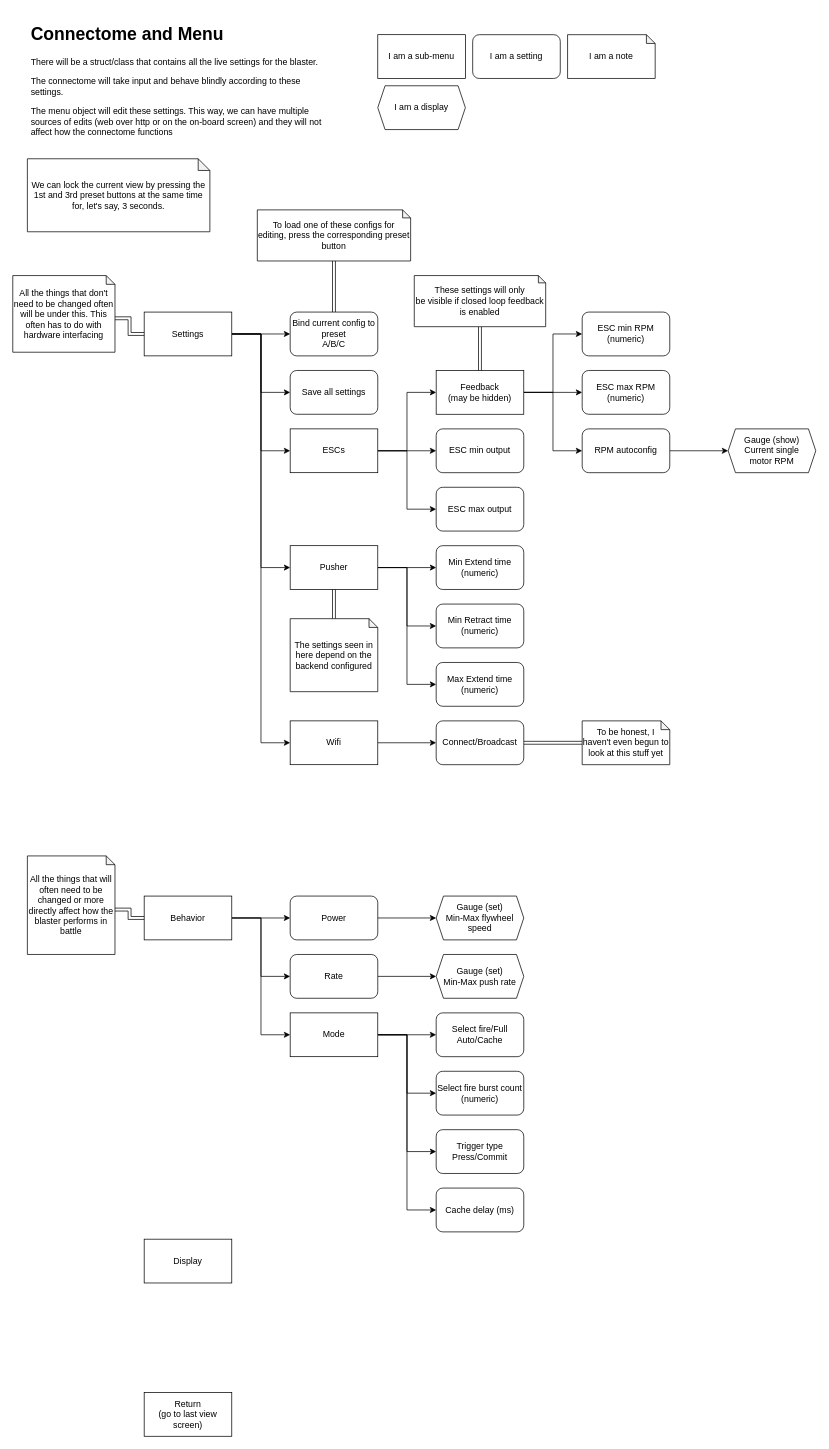
This is page "MenuLayout" (6 of 6) of Firmware/DetlaffDev/DettyFW/G4_Flowcode.drawio from DrGlaucous/G4, a draw.io file, before an edit. Source tidied: cells renumbered, new cells numbered last; positions are measured from the earlier drawing's top-left corner, leaving out a move shared by most shapes. Both pictures are drawn from the tidied source at 73%, with x=0, y=0 at pixel (12, 20).
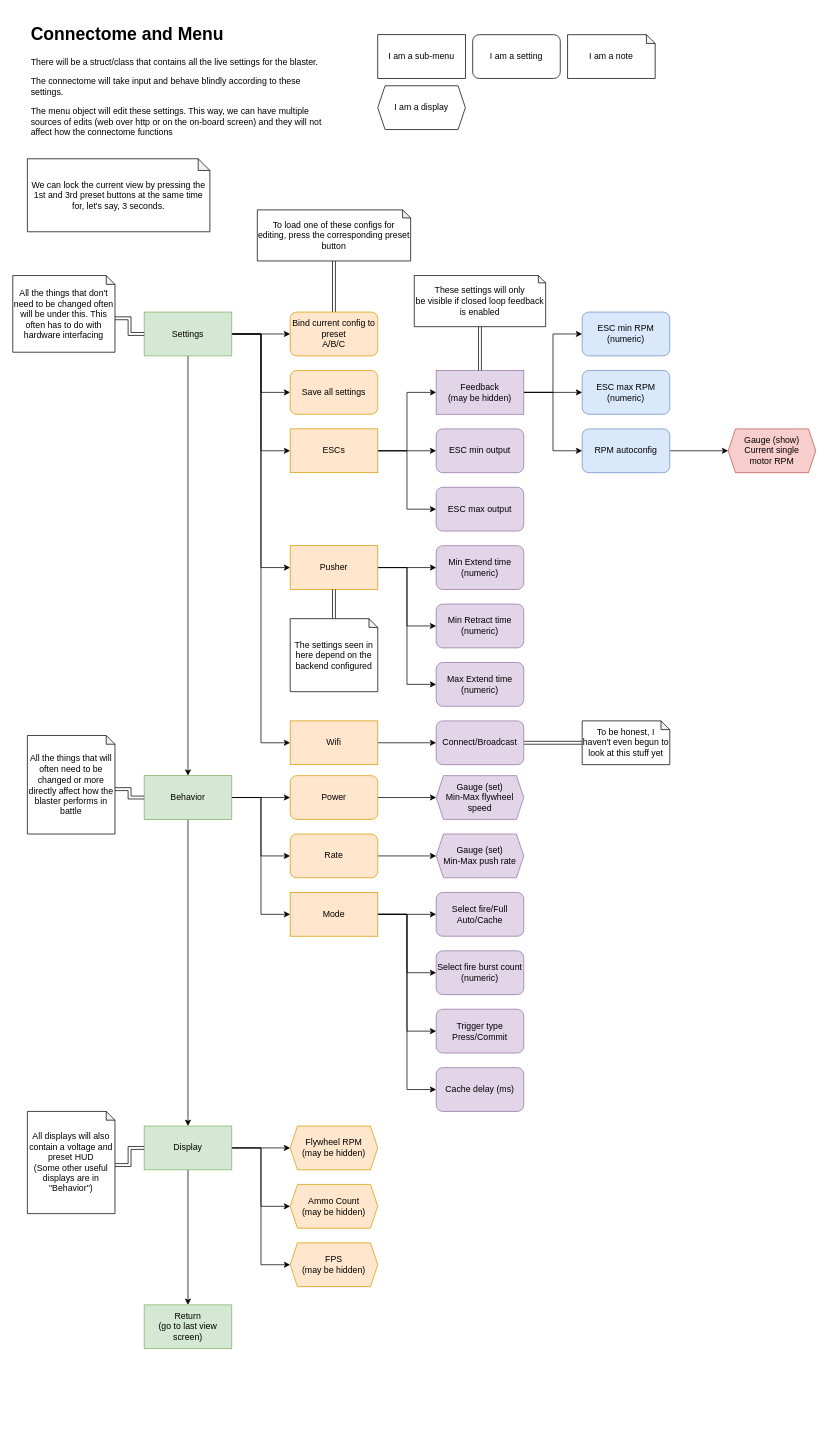
Above is the later version.

Commit message (it also covers changes not shown here):
more display functionality

What changed in the source:
```diff
@@
+    <mxCell id="75" style="edgeStyle=orthogonalEdgeStyle;rounded=0;jettySize=auto;html=1;exitX=0.5;exitY=1;exitDx=0;exitDy=0;entryX=0.5;entryY=0;entryDx=0;entryDy=0;" parent="1" edge="1" source="8" target="23">
+      <mxGeometry relative="1" as="geometry" />
+    </mxCell>
-    <mxCell id="8" value="Settings" style="rounded=0;whiteSpace=wrap;html=1;" parent="1" vertex="1">
+    <mxCell id="8" value="Settings" style="rounded=0;whiteSpace=wrap;html=1;fillColor=#d5e8d4;strokeColor=#82b366;" parent="1" vertex="1">
       <mxGeometry x="180" y="400" width="120" height="60" as="geometry" />
     </mxCell>
-    <mxCell id="9" value="Return&lt;br&gt;(go to last view screen)" style="rounded=0;whiteSpace=wrap;html=1;" parent="1" vertex="1">
-      <mxGeometry x="180" y="1880" width="120" height="60" as="geometry" />
+    <mxCell id="9" value="Return&lt;br&gt;(go to last view screen)" style="rounded=0;whiteSpace=wrap;html=1;fillColor=#d5e8d4;strokeColor=#82b366;" parent="1" vertex="1">
+      <mxGeometry x="180" y="1760" width="120" height="60" as="geometry" />
     </mxCell>
@@
-    <mxCell id="14" value="Mode" style="rounded=0;whiteSpace=wrap;html=1;" parent="1" vertex="1">
-      <mxGeometry x="380" y="1360" width="120" height="60" as="geometry" />
+    <mxCell id="14" value="Mode" style="rounded=0;whiteSpace=wrap;html=1;fillColor=#ffe6cc;strokeColor=#d79b00;" parent="1" vertex="1">
+      <mxGeometry x="380" y="1195" width="120" height="60" as="geometry" />
     </mxCell>
-    <mxCell id="15" value="Gauge (set)&lt;br&gt;Min-Max flywheel speed" style="shape=hexagon;perimeter=hexagonPerimeter2;whiteSpace=wrap;html=1;fixedSize=1;size=10;" parent="1" vertex="1">
-      <mxGeometry x="580" y="1200" width="120" height="60" as="geometry" />
+    <mxCell id="15" value="Gauge (set)&lt;br&gt;Min-Max flywheel speed" style="shape=hexagon;perimeter=hexagonPerimeter2;whiteSpace=wrap;html=1;fixedSize=1;size=10;fillColor=#e1d5e7;strokeColor=#9673a6;" parent="1" vertex="1">
+      <mxGeometry x="580" y="1035" width="120" height="60" as="geometry" />
     </mxCell>
-    <mxCell id="16" value="Gauge (set)&lt;br&gt;Min-Max push rate" style="shape=hexagon;perimeter=hexagonPerimeter2;whiteSpace=wrap;html=1;fixedSize=1;size=10;" parent="1" vertex="1">
-      <mxGeometry x="580" y="1280" width="120" height="60" as="geometry" />
+    <mxCell id="16" value="Gauge (set)&lt;br&gt;Min-Max push rate" style="shape=hexagon;perimeter=hexagonPerimeter2;whiteSpace=wrap;html=1;fixedSize=1;size=10;fillColor=#e1d5e7;strokeColor=#9673a6;" parent="1" vertex="1">
+      <mxGeometry x="580" y="1115" width="120" height="60" as="geometry" />
     </mxCell>
@@
+    <mxCell id="76" style="edgeStyle=orthogonalEdgeStyle;rounded=0;jettySize=auto;html=1;exitX=0.5;exitY=1;exitDx=0;exitDy=0;entryX=0.5;entryY=0;entryDx=0;entryDy=0;" parent="1" edge="1" source="23" target="53">
+      <mxGeometry relative="1" as="geometry" />
+    </mxCell>
-    <mxCell id="23" value="Behavior" style="rounded=0;whiteSpace=wrap;html=1;" parent="1" vertex="1">
-      <mxGeometry x="180" y="1200" width="120" height="60" as="geometry" />
+    <mxCell id="23" value="Behavior" style="rounded=0;whiteSpace=wrap;html=1;fillColor=#d5e8d4;strokeColor=#82b366;" parent="1" vertex="1">
+      <mxGeometry x="180" y="1035" width="120" height="60" as="geometry" />
     </mxCell>
@@
-    <mxCell id="25" value="Power" style="rounded=1;whiteSpace=wrap;html=1;" parent="1" vertex="1">
-      <mxGeometry x="380" y="1200" width="120" height="60" as="geometry" />
+    <mxCell id="25" value="Power" style="rounded=1;whiteSpace=wrap;html=1;fillColor=#ffe6cc;strokeColor=#d79b00;" parent="1" vertex="1">
+      <mxGeometry x="380" y="1035" width="120" height="60" as="geometry" />
     </mxCell>
@@
-    <mxCell id="27" value="Rate" style="rounded=1;whiteSpace=wrap;html=1;" parent="1" vertex="1">
-      <mxGeometry x="380" y="1280" width="120" height="60" as="geometry" />
+    <mxCell id="27" value="Rate" style="rounded=1;whiteSpace=wrap;html=1;fillColor=#ffe6cc;strokeColor=#d79b00;" parent="1" vertex="1">
+      <mxGeometry x="380" y="1115" width="120" height="60" as="geometry" />
     </mxCell>
-    <mxCell id="28" value="Select fire/Full Auto/Cache" style="rounded=1;whiteSpace=wrap;html=1;" parent="1" vertex="1">
-      <mxGeometry x="580" y="1360" width="120" height="60" as="geometry" />
+    <mxCell id="28" value="Select fire/Full Auto/Cache" style="rounded=1;whiteSpace=wrap;html=1;fillColor=#e1d5e7;strokeColor=#9673a6;" parent="1" vertex="1">
+      <mxGeometry x="580" y="1195" width="120" height="60" as="geometry" />
     </mxCell>
-    <mxCell id="29" value="Select fire burst count&lt;br&gt;(numeric)" style="rounded=1;whiteSpace=wrap;html=1;" parent="1" vertex="1">
-      <mxGeometry x="580" y="1440" width="120" height="60" as="geometry" />
+    <mxCell id="29" value="Select fire burst count&lt;br&gt;(numeric)" style="rounded=1;whiteSpace=wrap;html=1;fillColor=#e1d5e7;strokeColor=#9673a6;" parent="1" vertex="1">
+      <mxGeometry x="580" y="1275" width="120" height="60" as="geometry" />
     </mxCell>
@@
-    <mxCell id="31" value="Bind current config to preset&lt;br&gt;A/B/C" style="rounded=1;whiteSpace=wrap;html=1;" parent="1" vertex="1">
+    <mxCell id="31" value="Bind current config to preset&lt;br&gt;A/B/C" style="rounded=1;whiteSpace=wrap;html=1;fillColor=#ffe6cc;strokeColor=#d79b00;" parent="1" vertex="1">
       <mxGeometry x="380" y="400" width="120" height="60" as="geometry" />
     </mxCell>
-    <mxCell id="32" value="Save all settings" style="rounded=1;whiteSpace=wrap;html=1;" parent="1" vertex="1">
+    <mxCell id="32" value="Save all settings" style="rounded=1;whiteSpace=wrap;html=1;fillColor=#ffe6cc;strokeColor=#d79b00;" parent="1" vertex="1">
       <mxGeometry x="380" y="480" width="120" height="60" as="geometry" />
     </mxCell>
@@
-    <mxCell id="41" value="ESCs" style="rounded=0;whiteSpace=wrap;html=1;" parent="1" vertex="1">
+    <mxCell id="41" value="ESCs" style="rounded=0;whiteSpace=wrap;html=1;fillColor=#ffe6cc;strokeColor=#d79b00;" parent="1" vertex="1">
       <mxGeometry x="380" y="560" width="120" height="60" as="geometry" />
     </mxCell>
-    <mxCell id="42" value="ESC min RPM&lt;br&gt;(numeric)" style="rounded=1;whiteSpace=wrap;html=1;" parent="1" vertex="1">
+    <mxCell id="42" value="ESC min RPM&lt;br&gt;(numeric)" style="rounded=1;whiteSpace=wrap;html=1;fillColor=#dae8fc;strokeColor=#6c8ebf;" parent="1" vertex="1">
       <mxGeometry x="780" y="400" width="120" height="60" as="geometry" />
     </mxCell>
-    <mxCell id="43" value="ESC max RPM&lt;br&gt;(numeric)" style="rounded=1;whiteSpace=wrap;html=1;" parent="1" vertex="1">
+    <mxCell id="43" value="ESC max RPM&lt;br&gt;(numeric)" style="rounded=1;whiteSpace=wrap;html=1;fillColor=#dae8fc;strokeColor=#6c8ebf;" parent="1" vertex="1">
       <mxGeometry x="780" y="480" width="120" height="60" as="geometry" />
     </mxCell>
-    <mxCell id="44" value="Gauge (show)&lt;br&gt;Current single&lt;br&gt;motor RPM" style="shape=hexagon;perimeter=hexagonPerimeter2;whiteSpace=wrap;html=1;fixedSize=1;size=10;" parent="1" vertex="1">
+    <mxCell id="44" value="Gauge (show)&lt;br&gt;Current single&lt;br&gt;motor RPM" style="shape=hexagon;perimeter=hexagonPerimeter2;whiteSpace=wrap;html=1;fixedSize=1;size=10;fillColor=#f8cecc;strokeColor=#b85450;" parent="1" vertex="1">
       <mxGeometry x="980" y="560" width="120" height="60" as="geometry" />
     </mxCell>
@@
-    <mxCell id="46" value="RPM autoconfig" style="rounded=1;whiteSpace=wrap;html=1;" parent="1" vertex="1">
+    <mxCell id="46" value="RPM autoconfig" style="rounded=1;whiteSpace=wrap;html=1;fillColor=#dae8fc;strokeColor=#6c8ebf;" parent="1" vertex="1">
       <mxGeometry x="780" y="560" width="120" height="60" as="geometry" />
     </mxCell>
-    <mxCell id="47" value="Feedback&lt;br&gt;(may be hidden)" style="rounded=0;whiteSpace=wrap;html=1;" parent="1" vertex="1">
+    <mxCell id="47" value="Feedback&lt;br&gt;(may be hidden)" style="rounded=0;whiteSpace=wrap;html=1;fillColor=#e1d5e7;strokeColor=#9673a6;" parent="1" vertex="1">
       <mxGeometry x="580" y="480" width="120" height="60" as="geometry" />
     </mxCell>
-    <mxCell id="48" value="ESC min output" style="rounded=1;whiteSpace=wrap;html=1;" parent="1" vertex="1">
+    <mxCell id="48" value="ESC min output" style="rounded=1;whiteSpace=wrap;html=1;fillColor=#e1d5e7;strokeColor=#9673a6;" parent="1" vertex="1">
       <mxGeometry x="580" y="560" width="120" height="60" as="geometry" />
     </mxCell>
-    <mxCell id="49" value="ESC max output" style="rounded=1;whiteSpace=wrap;html=1;" parent="1" vertex="1">
+    <mxCell id="49" value="ESC max output" style="rounded=1;whiteSpace=wrap;html=1;fillColor=#e1d5e7;strokeColor=#9673a6;" parent="1" vertex="1">
       <mxGeometry x="580" y="640" width="120" height="60" as="geometry" />
     </mxCell>
@@
+    <mxCell id="77" style="edgeStyle=orthogonalEdgeStyle;rounded=0;jettySize=auto;html=1;exitX=1;exitY=0.5;exitDx=0;exitDy=0;entryX=0;entryY=0.5;entryDx=0;entryDy=0;" parent="1" edge="1" source="53" target="81">
+      <mxGeometry relative="1" as="geometry" />
+    </mxCell>
+    <mxCell id="78" style="edgeStyle=orthogonalEdgeStyle;rounded=0;jettySize=auto;html=1;exitX=1;exitY=0.5;exitDx=0;exitDy=0;entryX=0;entryY=0.5;entryDx=0;entryDy=0;" parent="1" edge="1" source="53" target="82">
+      <mxGeometry relative="1" as="geometry" />
+    </mxCell>
+    <mxCell id="79" style="edgeStyle=orthogonalEdgeStyle;rounded=0;jettySize=auto;html=1;exitX=1;exitY=0.5;exitDx=0;exitDy=0;entryX=0;entryY=0.5;entryDx=0;entryDy=0;" parent="1" edge="1" source="53" target="83">
+      <mxGeometry relative="1" as="geometry" />
+    </mxCell>
+    <mxCell id="80" style="edgeStyle=orthogonalEdgeStyle;rounded=0;jettySize=auto;html=1;exitX=0.5;exitY=1;exitDx=0;exitDy=0;entryX=0.5;entryY=0;entryDx=0;entryDy=0;" parent="1" edge="1" source="53" target="9">
+      <mxGeometry relative="1" as="geometry" />
+    </mxCell>
-    <mxCell id="53" value="Display" style="rounded=0;whiteSpace=wrap;html=1;" parent="1" vertex="1">
-      <mxGeometry x="180" y="1670" width="120" height="60" as="geometry" />
+    <mxCell id="53" value="Display" style="rounded=0;whiteSpace=wrap;html=1;fillColor=#d5e8d4;strokeColor=#82b366;" parent="1" vertex="1">
+      <mxGeometry x="180" y="1515" width="120" height="60" as="geometry" />
     </mxCell>
@@
-    <mxCell id="57" value="Pusher" style="rounded=0;whiteSpace=wrap;html=1;" parent="1" vertex="1">
+    <mxCell id="57" value="Pusher" style="rounded=0;whiteSpace=wrap;html=1;fillColor=#ffe6cc;strokeColor=#d79b00;" parent="1" vertex="1">
       <mxGeometry x="380" y="720" width="120" height="60" as="geometry" />
     </mxCell>
-    <mxCell id="58" value="Min Extend time&lt;br&gt;(numeric)" style="rounded=1;whiteSpace=wrap;html=1;" parent="1" vertex="1">
+    <mxCell id="58" value="Min Extend time&lt;br&gt;(numeric)" style="rounded=1;whiteSpace=wrap;html=1;fillColor=#e1d5e7;strokeColor=#9673a6;" parent="1" vertex="1">
       <mxGeometry x="580" y="720" width="120" height="60" as="geometry" />
     </mxCell>
-    <mxCell id="59" value="Min Retract time&lt;br&gt;(numeric)" style="rounded=1;whiteSpace=wrap;html=1;" parent="1" vertex="1">
+    <mxCell id="59" value="Min Retract time&lt;br&gt;(numeric)" style="rounded=1;whiteSpace=wrap;html=1;fillColor=#e1d5e7;strokeColor=#9673a6;" parent="1" vertex="1">
       <mxGeometry x="580" y="800" width="120" height="60" as="geometry" />
     </mxCell>
-    <mxCell id="60" value="Max Extend time&lt;br&gt;(numeric)" style="rounded=1;whiteSpace=wrap;html=1;" parent="1" vertex="1">
+    <mxCell id="60" value="Max Extend time&lt;br&gt;(numeric)" style="rounded=1;whiteSpace=wrap;html=1;fillColor=#e1d5e7;strokeColor=#9673a6;" parent="1" vertex="1">
       <mxGeometry x="580" y="880" width="120" height="60" as="geometry" />
     </mxCell>
@@
-    <mxCell id="64" value="Wifi" style="rounded=0;whiteSpace=wrap;html=1;" parent="1" vertex="1">
+    <mxCell id="64" value="Wifi" style="rounded=0;whiteSpace=wrap;html=1;fillColor=#ffe6cc;strokeColor=#d79b00;" parent="1" vertex="1">
       <mxGeometry x="380" y="960" width="120" height="60" as="geometry" />
     </mxCell>
@@
-    <mxCell id="66" value="Connect/Broadcast" style="rounded=1;whiteSpace=wrap;html=1;" parent="1" vertex="1">
+    <mxCell id="66" value="Connect/Broadcast" style="rounded=1;whiteSpace=wrap;html=1;fillColor=#e1d5e7;strokeColor=#9673a6;" parent="1" vertex="1">
       <mxGeometry x="580" y="960" width="120" height="60" as="geometry" />
     </mxCell>
@@
-    <mxCell id="71" value="Trigger type&lt;br&gt;Press/Commit" style="rounded=1;whiteSpace=wrap;html=1;" parent="1" vertex="1">
-      <mxGeometry x="580" y="1520" width="120" height="60" as="geometry" />
+    <mxCell id="71" value="Trigger type&lt;br&gt;Press/Commit" style="rounded=1;whiteSpace=wrap;html=1;fillColor=#e1d5e7;strokeColor=#9673a6;" parent="1" vertex="1">
+      <mxGeometry x="580" y="1355" width="120" height="60" as="geometry" />
     </mxCell>
-    <mxCell id="72" value="Cache delay (ms)" style="rounded=1;whiteSpace=wrap;html=1;" parent="1" vertex="1">
-      <mxGeometry x="580" y="1600" width="120" height="60" as="geometry" />
+    <mxCell id="72" value="Cache delay (ms)" style="rounded=1;whiteSpace=wrap;html=1;fillColor=#e1d5e7;strokeColor=#9673a6;" parent="1" vertex="1">
+      <mxGeometry x="580" y="1435" width="120" height="60" as="geometry" />
     </mxCell>
@@
     <mxCell id="74" value="All the things that will often need to be changed or more directly affect how the blaster performs in battle" style="shape=note;whiteSpace=wrap;html=1;backgroundOutline=1;darkOpacity=0.05;size=12;" parent="1" vertex="1">
-      <mxGeometry x="20" y="1145" width="120" height="135" as="geometry" />
+      <mxGeometry x="20" y="980" width="120" height="135" as="geometry" />
     </mxCell>
+    <mxCell id="81" value="Flywheel RPM&lt;br&gt;(may be hidden)" style="shape=hexagon;perimeter=hexagonPerimeter2;whiteSpace=wrap;html=1;fixedSize=1;size=10;fillColor=#ffe6cc;strokeColor=#d79b00;" parent="1" vertex="1">
+      <mxGeometry x="380" y="1515" width="120" height="60" as="geometry" />
+    </mxCell>
+    <mxCell id="82" value="Ammo Count&lt;br&gt;(may be hidden)" style="shape=hexagon;perimeter=hexagonPerimeter2;whiteSpace=wrap;html=1;fixedSize=1;size=10;fillColor=#ffe6cc;strokeColor=#d79b00;" parent="1" vertex="1">
+      <mxGeometry x="380" y="1595" width="120" height="60" as="geometry" />
+    </mxCell>
+    <mxCell id="83" value="FPS&lt;br&gt;(may be hidden)" style="shape=hexagon;perimeter=hexagonPerimeter2;whiteSpace=wrap;html=1;fixedSize=1;size=10;fillColor=#ffe6cc;strokeColor=#d79b00;" parent="1" vertex="1">
+      <mxGeometry x="380" y="1675" width="120" height="60" as="geometry" />
+    </mxCell>
+    <mxCell id="84" style="edgeStyle=orthogonalEdgeStyle;rounded=0;jettySize=auto;html=1;exitX=0;exitY=0;exitDx=120;exitDy=73.5;exitPerimeter=0;entryX=0;entryY=0.5;entryDx=0;entryDy=0;shape=link;" parent="1" edge="1" source="85" target="53">
+      <mxGeometry relative="1" as="geometry">
+        <Array as="points">
+          <mxPoint x="160" y="1569" />
+          <mxPoint x="160" y="1545" />
+        </Array>
+      </mxGeometry>
+    </mxCell>
+    <mxCell id="85" value="All displays will also contain a voltage and preset HUD&lt;br&gt;(Some other useful displays are in &quot;Behavior&quot;)" style="shape=note;whiteSpace=wrap;html=1;backgroundOutline=1;darkOpacity=0.05;size=12;" parent="1" vertex="1">
+      <mxGeometry x="20" y="1495" width="120" height="140" as="geometry" />
+    </mxCell>
```
